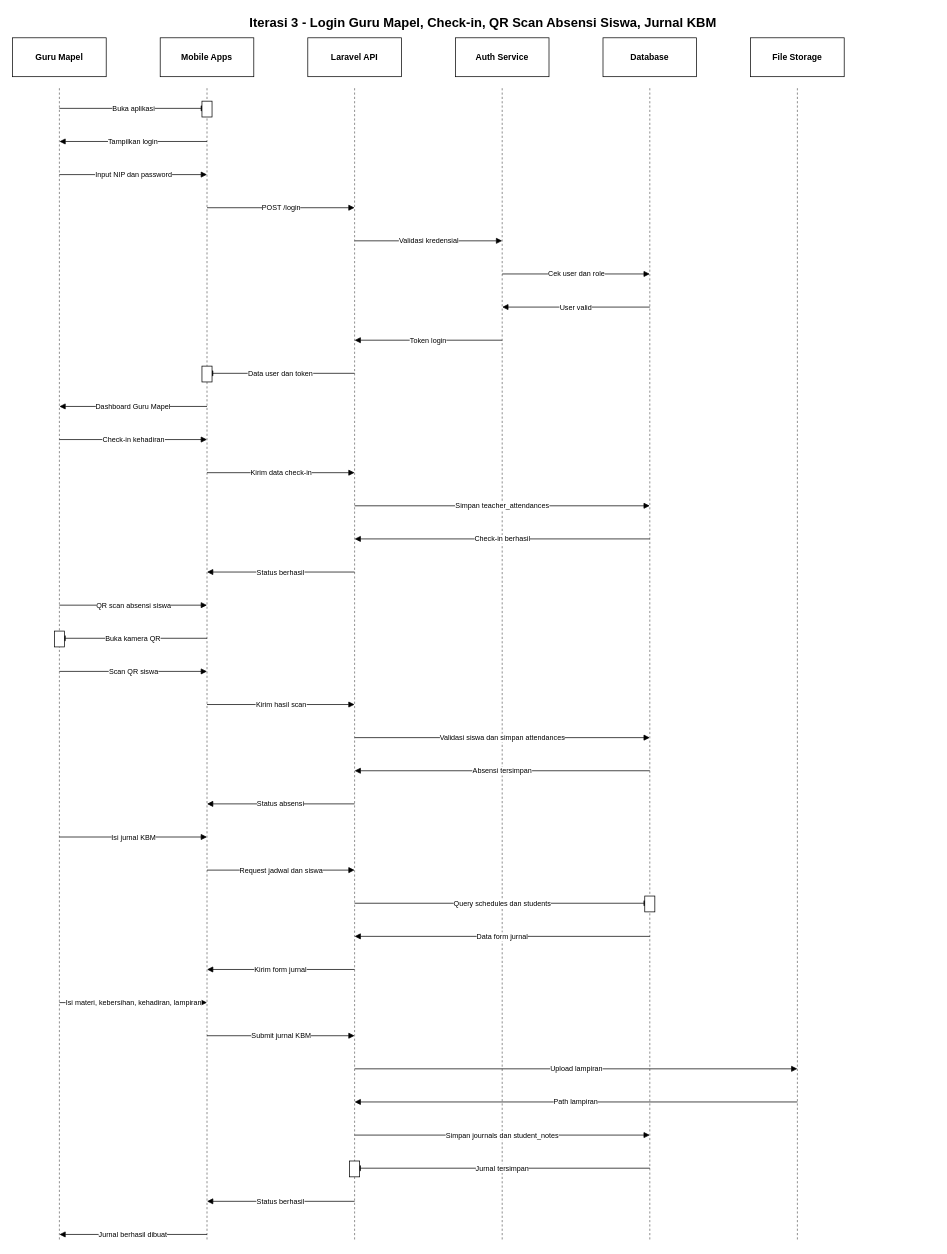
Earlier version of the draw.io diagram docs/sequence-diagram-iterasi-3-guru-mapel.drawio (Varhanfiqih/sim-panla-fe). Source tidied: cells renumbered, new cells numbered last; positions are measured from the earlier drawing's top-left corner, leaving out a move shared by most shapes. Both pictures are drawn from the tidied source at 72%, with x=0, y=0 at pixel (12, 12).
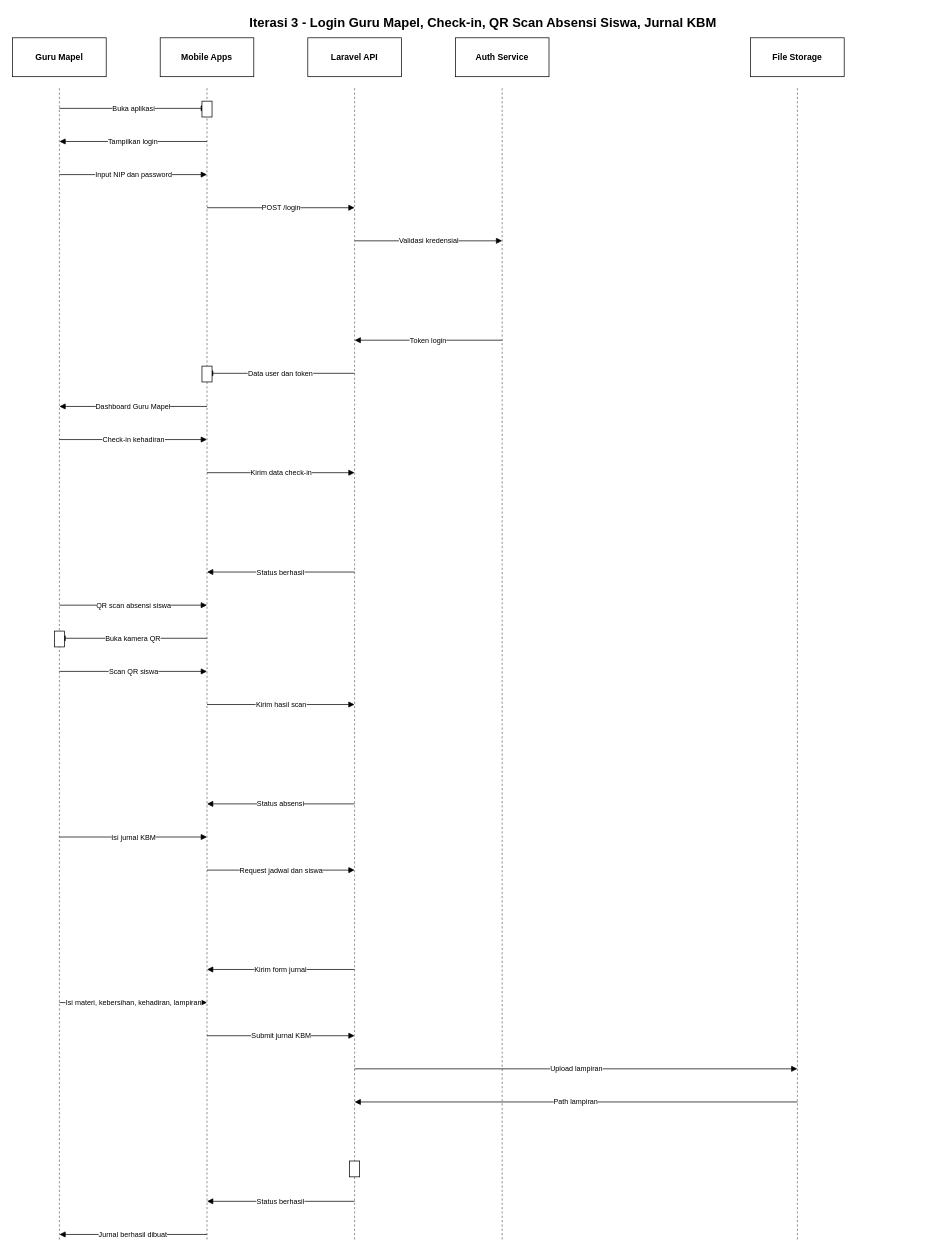
The same page after the edit.

What changed in the source:
```diff
@@
-    <mxCell id="11" value="Database" style="rounded=0;whiteSpace=wrap;html=1;fillColor=#ffffff;strokeColor=#000000;fontStyle=1;align=center;verticalAlign=middle;" parent="1" vertex="1">
-      <mxGeometry x="820" y="35" width="130" height="54" as="geometry" />
-    </mxCell>
-    <mxCell id="12" style="endArrow=none;dashed=1;html=1;rounded=0;strokeColor=#666666;" parent="1" edge="1">
-      <mxGeometry relative="1" as="geometry">
-        <mxPoint x="885" y="105" as="sourcePoint" />
-        <mxPoint x="885" y="1705" as="targetPoint" />
-      </mxGeometry>
-    </mxCell>
@@
-    <mxCell id="21" value="Cek user dan role" style="endArrow=block;html=1;rounded=0;strokeColor=#000000;fontSize=10;labelBackgroundColor=#ffffff;" parent="1" edge="1">
-      <mxGeometry relative="1" as="geometry">
-        <mxPoint x="680" y="363" as="sourcePoint" />
-        <mxPoint x="885" y="363" as="targetPoint" />
-      </mxGeometry>
-    </mxCell>
-    <mxCell id="22" value="User valid" style="endArrow=block;html=1;rounded=0;strokeColor=#000000;fontSize=10;labelBackgroundColor=#ffffff;" parent="1" edge="1">
-      <mxGeometry relative="1" as="geometry">
-        <mxPoint x="885" y="409" as="sourcePoint" />
-        <mxPoint x="680" y="409" as="targetPoint" />
-      </mxGeometry>
-    </mxCell>
@@
-    <mxCell id="29" value="Simpan teacher_attendances" style="endArrow=block;html=1;rounded=0;strokeColor=#000000;fontSize=10;labelBackgroundColor=#ffffff;" parent="1" edge="1">
-      <mxGeometry relative="1" as="geometry">
-        <mxPoint x="475" y="685" as="sourcePoint" />
-        <mxPoint x="885" y="685" as="targetPoint" />
-      </mxGeometry>
-    </mxCell>
-    <mxCell id="30" value="Check-in berhasil" style="endArrow=block;html=1;rounded=0;strokeColor=#000000;fontSize=10;labelBackgroundColor=#ffffff;" parent="1" edge="1">
-      <mxGeometry relative="1" as="geometry">
-        <mxPoint x="885" y="731" as="sourcePoint" />
-        <mxPoint x="475" y="731" as="targetPoint" />
-      </mxGeometry>
-    </mxCell>
@@
-    <mxCell id="37" value="Validasi siswa dan simpan attendances" style="endArrow=block;html=1;rounded=0;strokeColor=#000000;fontSize=10;labelBackgroundColor=#ffffff;" parent="1" edge="1">
-      <mxGeometry relative="1" as="geometry">
-        <mxPoint x="475" y="1007" as="sourcePoint" />
-        <mxPoint x="885" y="1007" as="targetPoint" />
-      </mxGeometry>
-    </mxCell>
-    <mxCell id="38" value="Absensi tersimpan" style="endArrow=block;html=1;rounded=0;strokeColor=#000000;fontSize=10;labelBackgroundColor=#ffffff;" parent="1" edge="1">
-      <mxGeometry relative="1" as="geometry">
-        <mxPoint x="885" y="1053" as="sourcePoint" />
-        <mxPoint x="475" y="1053" as="targetPoint" />
-      </mxGeometry>
-    </mxCell>
@@
-    <mxCell id="42" value="Query schedules dan students" style="endArrow=block;html=1;rounded=0;strokeColor=#000000;fontSize=10;labelBackgroundColor=#ffffff;" parent="1" edge="1">
-      <mxGeometry relative="1" as="geometry">
-        <mxPoint x="475" y="1237" as="sourcePoint" />
-        <mxPoint x="885" y="1237" as="targetPoint" />
-      </mxGeometry>
-    </mxCell>
-    <mxCell id="43" style="rounded=0;whiteSpace=wrap;html=1;fillColor=#ffffff;strokeColor=#000000;" parent="1" vertex="1">
-      <mxGeometry x="878" y="1227" width="14" height="22" as="geometry" />
-    </mxCell>
-    <mxCell id="44" value="Data form jurnal" style="endArrow=block;html=1;rounded=0;strokeColor=#000000;fontSize=10;labelBackgroundColor=#ffffff;" parent="1" edge="1">
-      <mxGeometry relative="1" as="geometry">
-        <mxPoint x="885" y="1283" as="sourcePoint" />
-        <mxPoint x="475" y="1283" as="targetPoint" />
-      </mxGeometry>
-    </mxCell>
@@
-    <mxCell id="50" value="Simpan journals dan student_notes" style="endArrow=block;html=1;rounded=0;strokeColor=#000000;fontSize=10;labelBackgroundColor=#ffffff;" parent="1" edge="1">
-      <mxGeometry relative="1" as="geometry">
-        <mxPoint x="475" y="1559" as="sourcePoint" />
-        <mxPoint x="885" y="1559" as="targetPoint" />
-      </mxGeometry>
-    </mxCell>
-    <mxCell id="51" value="Jurnal tersimpan" style="endArrow=block;html=1;rounded=0;strokeColor=#000000;fontSize=10;labelBackgroundColor=#ffffff;" parent="1" edge="1">
-      <mxGeometry relative="1" as="geometry">
-        <mxPoint x="885" y="1605" as="sourcePoint" />
-        <mxPoint x="475" y="1605" as="targetPoint" />
-      </mxGeometry>
-    </mxCell>
```
